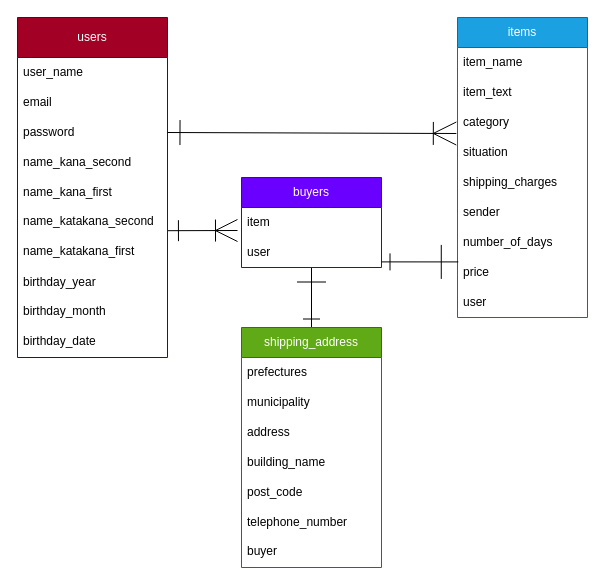
JunjiYoshizuka999/furima-39008 keeps this draw.io diagram as frima_ER.dio. Above is the earlier version. Source tidied: cells renumbered, new cells numbered last; positions are measured from the earlier drawing's top-left corner, leaving out a move shared by most shapes. Both pictures are drawn from the tidied source at 100%, with x=0, y=0 at pixel (17, 17).
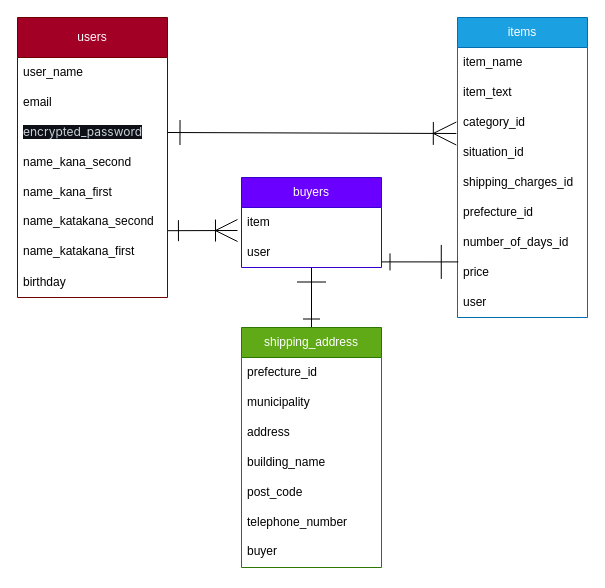
Above is the later version.

Commit message (it also covers changes not shown here):
データベース設計暫定２

Unchanged cells that the change refers to:
```xml
<mxCell id="18" value="shipping_address" style="swimlane;fontStyle=0;horizontal=1;startSize=30;whiteSpace=wrap;html=1;fillColor=#60a917;fontColor=#ffffff;strokeColor=#2D7600;" parent="1" vertex="1">
  <mxGeometry x="224" y="310" width="140" height="240" as="geometry" />
</mxCell>
<mxCell id="26" value="items&lt;br&gt;" style="swimlane;fontStyle=0;horizontal=1;startSize=30;whiteSpace=wrap;html=1;fillColor=#1ba1e2;fontColor=#ffffff;strokeColor=#006EAF;" parent="1" vertex="1">
  <mxGeometry x="440" width="130" height="300" as="geometry" />
</mxCell>
```

Diff of the diagram source:
```diff
@@
     <mxCell id="2" value="users&lt;br&gt;" style="swimlane;fontStyle=0;horizontal=1;startSize=40;whiteSpace=wrap;html=1;fillColor=#a20025;fontColor=#ffffff;strokeColor=#6F0000;" parent="1" vertex="1">
-      <mxGeometry width="150" height="340" as="geometry" />
+      <mxGeometry width="150" height="280" as="geometry" />
     </mxCell>
@@
-    <mxCell id="5" value="password" style="text;strokeColor=none;fillColor=none;align=left;verticalAlign=middle;spacingLeft=4;spacingRight=4;overflow=hidden;points=[[0,0.5],[1,0.5]];portConstraint=eastwest;whiteSpace=wrap;html=1;" parent="2" vertex="1">
+    <mxCell id="5" value="&lt;span style=&quot;color: rgb(201, 209, 217); font-family: -apple-system, BlinkMacSystemFont, &amp;quot;Segoe UI&amp;quot;, &amp;quot;Noto Sans&amp;quot;, Helvetica, Arial, sans-serif, &amp;quot;Apple Color Emoji&amp;quot;, &amp;quot;Segoe UI Emoji&amp;quot;; background-color: rgb(13, 17, 23);&quot;&gt;&lt;font style=&quot;font-size: 12px;&quot;&gt;encrypted_password&lt;/font&gt;&lt;/span&gt;" style="text;strokeColor=none;fillColor=none;align=left;verticalAlign=middle;spacingLeft=4;spacingRight=4;overflow=hidden;points=[[0,0.5],[1,0.5]];portConstraint=eastwest;whiteSpace=wrap;html=1;" parent="2" vertex="1">
       <mxGeometry y="100" width="150" height="30" as="geometry" />
     </mxCell>
@@
-    <mxCell id="10" value="birthday_year" style="text;strokeColor=none;fillColor=none;align=left;verticalAlign=middle;spacingLeft=4;spacingRight=4;overflow=hidden;whiteSpace=wrap;html=1;" parent="2" vertex="1">
+    <mxCell id="10" value="birthday" style="text;strokeColor=none;fillColor=none;align=left;verticalAlign=middle;spacingLeft=4;spacingRight=4;overflow=hidden;whiteSpace=wrap;html=1;" parent="2" vertex="1">
       <mxGeometry y="250" width="150" height="30" as="geometry" />
     </mxCell>
-    <mxCell id="11" value="birthday_month" style="text;strokeColor=none;fillColor=none;spacingLeft=4;spacingRight=4;overflow=hidden;fontSize=12;" parent="2" vertex="1">
-      <mxGeometry y="280" width="150" height="30" as="geometry" />
-    </mxCell>
-    <mxCell id="12" value="birthday_date" style="text;strokeColor=none;fillColor=none;spacingLeft=4;spacingRight=4;overflow=hidden;fontSize=12;" parent="2" vertex="1">
-      <mxGeometry y="310" width="150" height="30" as="geometry" />
-    </mxCell>
@@
-    <mxCell id="19" value="prefectures" style="text;strokeColor=none;fillColor=none;align=left;verticalAlign=middle;spacingLeft=4;spacingRight=4;overflow=hidden;whiteSpace=wrap;html=1;" parent="18" vertex="1">
+    <mxCell id="19" value="prefecture_id" style="text;strokeColor=none;fillColor=none;align=left;verticalAlign=middle;spacingLeft=4;spacingRight=4;overflow=hidden;whiteSpace=wrap;html=1;" parent="18" vertex="1">
       <mxGeometry y="30" width="140" height="30" as="geometry" />
     </mxCell>
@@
-    <mxCell id="29" value="category" style="text;strokeColor=none;fillColor=none;align=left;verticalAlign=middle;spacingLeft=4;spacingRight=4;overflow=hidden;points=[[0,0.5],[1,0.5]];portConstraint=eastwest;whiteSpace=wrap;html=1;" parent="26" vertex="1">
+    <mxCell id="29" value="category_id" style="text;strokeColor=none;fillColor=none;align=left;verticalAlign=middle;spacingLeft=4;spacingRight=4;overflow=hidden;points=[[0,0.5],[1,0.5]];portConstraint=eastwest;whiteSpace=wrap;html=1;" parent="26" vertex="1">
       <mxGeometry y="90" width="130" height="30" as="geometry" />
     </mxCell>
-    <mxCell id="30" value="situation" style="text;strokeColor=none;fillColor=none;align=left;verticalAlign=middle;spacingLeft=4;spacingRight=4;overflow=hidden;whiteSpace=wrap;html=1;" parent="26" vertex="1">
+    <mxCell id="30" value="situation_id" style="text;strokeColor=none;fillColor=none;align=left;verticalAlign=middle;spacingLeft=4;spacingRight=4;overflow=hidden;whiteSpace=wrap;html=1;" parent="26" vertex="1">
       <mxGeometry y="120" width="130" height="30" as="geometry" />
     </mxCell>
-    <mxCell id="31" value="shipping_charges" style="text;strokeColor=none;fillColor=none;align=left;verticalAlign=middle;spacingLeft=4;spacingRight=4;overflow=hidden;whiteSpace=wrap;html=1;" parent="26" vertex="1">
+    <mxCell id="31" value="shipping_charges_id" style="text;strokeColor=none;fillColor=none;align=left;verticalAlign=middle;spacingLeft=4;spacingRight=4;overflow=hidden;whiteSpace=wrap;html=1;" parent="26" vertex="1">
       <mxGeometry y="150" width="130" height="30" as="geometry" />
     </mxCell>
-    <mxCell id="32" value="sender" style="text;strokeColor=none;fillColor=none;align=left;verticalAlign=middle;spacingLeft=4;spacingRight=4;overflow=hidden;whiteSpace=wrap;html=1;" parent="26" vertex="1">
+    <mxCell id="32" value="prefecture_id" style="text;strokeColor=none;fillColor=none;align=left;verticalAlign=middle;spacingLeft=4;spacingRight=4;overflow=hidden;whiteSpace=wrap;html=1;" parent="26" vertex="1">
       <mxGeometry y="180" width="130" height="30" as="geometry" />
     </mxCell>
-    <mxCell id="33" value="number_of_days" style="text;strokeColor=none;fillColor=none;align=left;verticalAlign=middle;spacingLeft=4;spacingRight=4;overflow=hidden;whiteSpace=wrap;html=1;" parent="26" vertex="1">
+    <mxCell id="33" value="number_of_days_id" style="text;strokeColor=none;fillColor=none;align=left;verticalAlign=middle;spacingLeft=4;spacingRight=4;overflow=hidden;whiteSpace=wrap;html=1;" parent="26" vertex="1">
       <mxGeometry y="210" width="130" height="30" as="geometry" />
     </mxCell>
```
